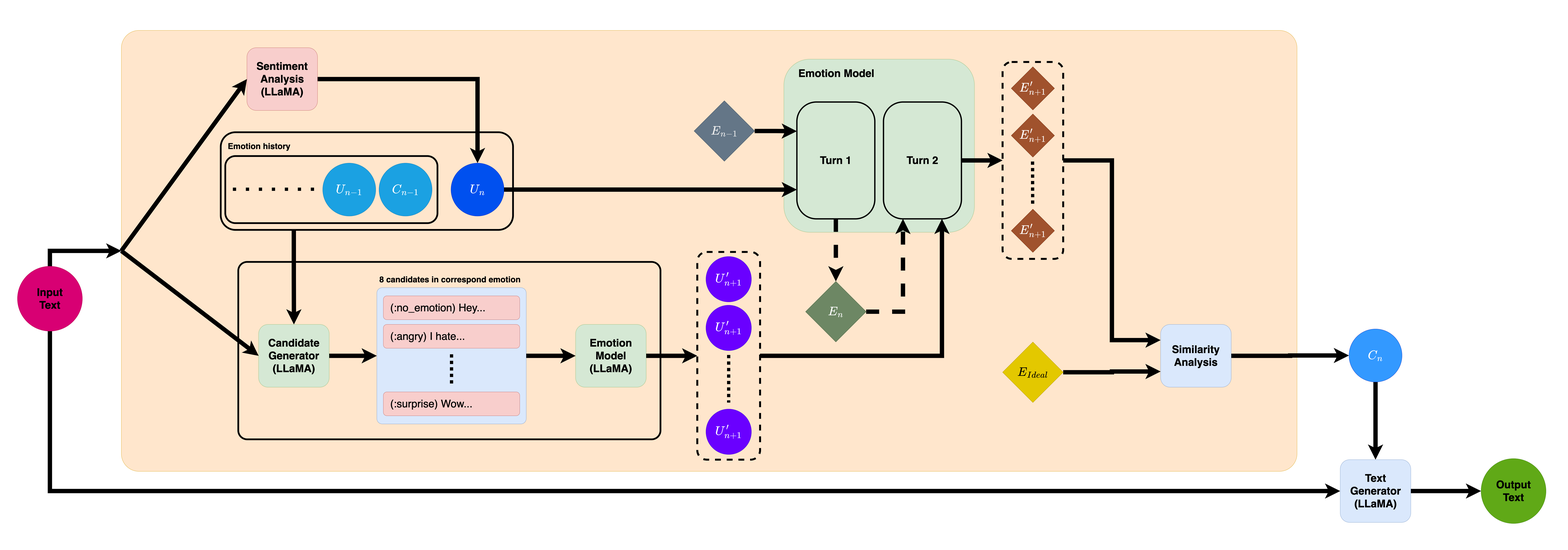
The draw.io diagram Model_Architecture.png in hermeschen1116/emotion-chat-bot, before a commit. Source tidied: cells renumbered, new cells last; positions are measured from the earlier drawing's top-left corner, leaving out a move shared by most shapes.
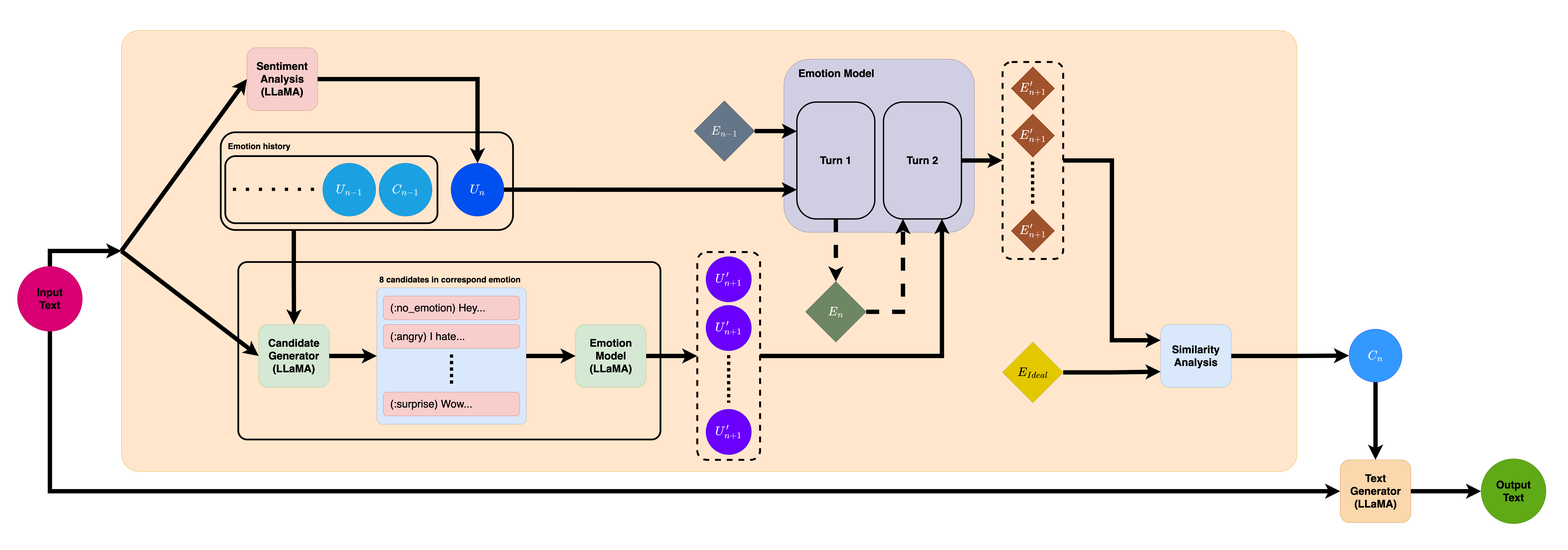
The same file after the commit.

Commit message:
docs: change color in figure

Diff of the diagram source:
```diff
@@ -128,7 +128,7 @@
     <mxCell id="41" style="group;" parent="1" vertex="1">
       <mxGeometry x="3620" y="273" width="960" height="800" as="geometry" />
     </mxCell>
-    <mxCell id="42" value="Emotion Model" style="rounded=1;whiteSpace=wrap;html=1;fillColor=#d5e8d4;strokeColor=#82b366;fontSize=49;fontStyle=1;fontColor=#000000;align=left;verticalAlign=top;spacingLeft=65;spacingTop=30;" parent="41" vertex="1">
+    <mxCell id="42" value="Emotion Model" style="rounded=1;whiteSpace=wrap;html=1;fillColor=#d0cee2;strokeColor=#56517e;fontSize=49;fontStyle=1;align=left;verticalAlign=top;spacingLeft=65;spacingTop=30;fontColor=#000000;" parent="41" vertex="1">
       <mxGeometry width="880" height="800" as="geometry" />
     </mxCell>
     <mxCell id="43" value="Turn 1" style="rounded=1;whiteSpace=wrap;html=1;fillColor=none;strokeColor=#000000;strokeWidth=6;arcSize=25;fontColor=#000000;fontSize=49;fontStyle=1;" parent="41" vertex="1">
@@ -227,7 +227,7 @@
     <mxCell id="72" style="edgeStyle=none;rounded=0;jettySize=auto;html=1;exitX=1;exitY=0.5;exitDx=0;exitDy=0;entryX=0;entryY=0.5;entryDx=0;entryDy=0;strokeColor=#000000;strokeWidth=20;fontColor=#000000;" parent="1" edge="1" source="73" target="76">
       <mxGeometry relative="1" as="geometry" />
     </mxCell>
-    <mxCell id="73" value="Text&lt;br&gt;Generator&lt;br&gt;(LLaMA)" style="rounded=1;whiteSpace=wrap;html=1;fillColor=#dae8fc;strokeColor=#6c8ebf;fontSize=49;fontStyle=1;fontColor=#000000;" parent="1" vertex="1">
+    <mxCell id="73" value="Text&lt;br&gt;Generator&lt;br&gt;(LLaMA)" style="rounded=1;whiteSpace=wrap;html=1;fillColor=#fad7ac;strokeColor=#b46504;fontSize=49;fontStyle=1;fontColor=#000000;" parent="1" vertex="1">
       <mxGeometry x="6189.5" y="2124" width="326" height="290" as="geometry" />
     </mxCell>
     <mxCell id="74" style="rounded=0;jettySize=auto;html=1;exitX=0;exitY=0.5;exitDx=0;exitDy=0;strokeColor=#000000;strokeWidth=20;fontColor=#000000;entryX=0;entryY=0.5;entryDx=0;entryDy=0;" parent="1" edge="1" source="3" target="8">
```
